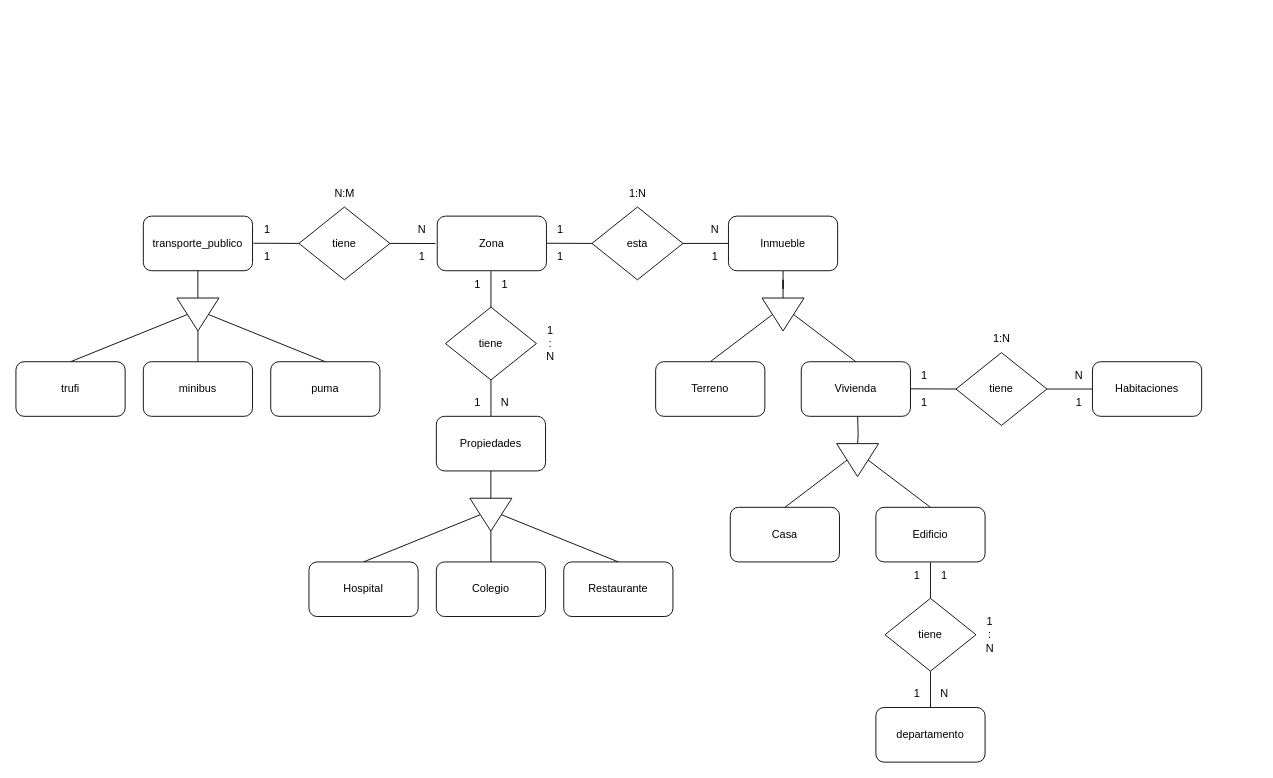
Abigail08082001/diagramasBasedeDatos keeps this draw.io diagram as lic/Proyecto_INF161.drawio. Above is the earlier version. Source tidied: cells renumbered, new cells numbered last; positions are measured from the earlier drawing's top-left corner, leaving out a move shared by most shapes. Both pictures are drawn from the tidied source at 91%, with x=0, y=0 at pixel (15, 179).
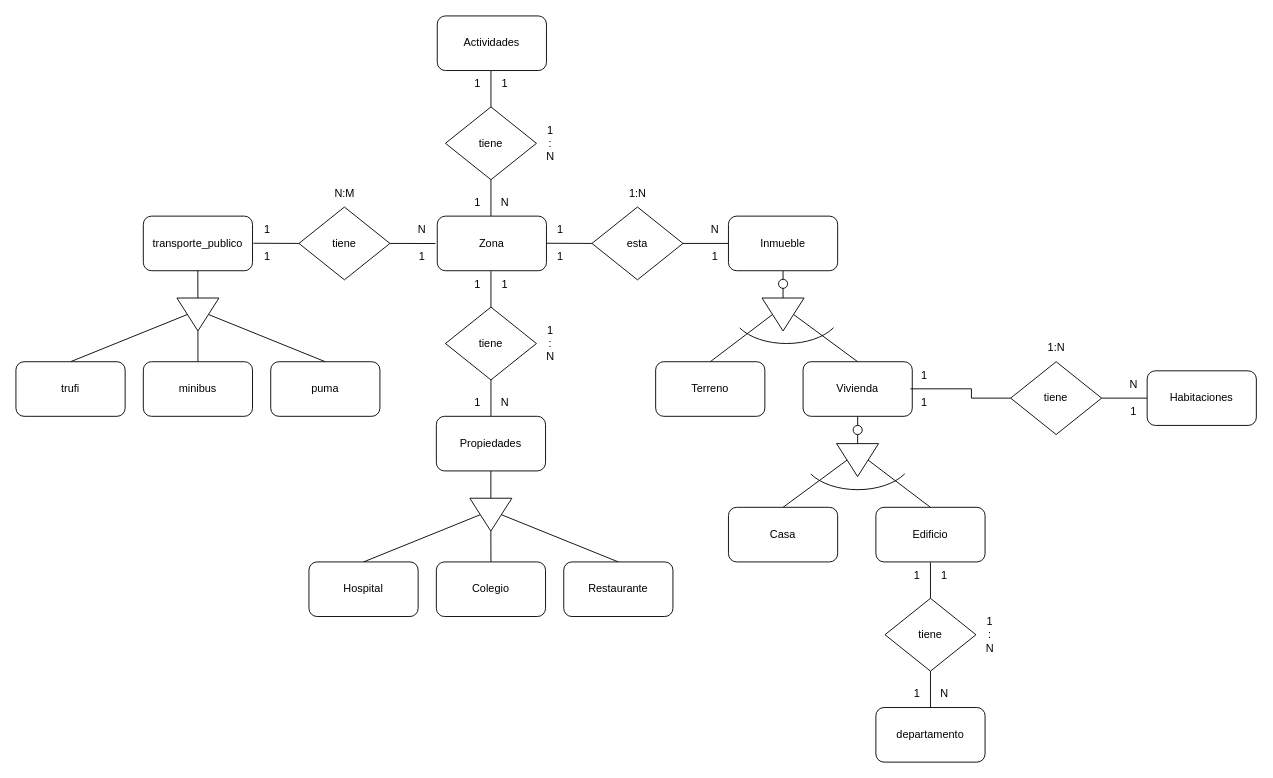
Above is the later version.

The change refers to these unchanged cells:
```xml
<mxCell id="12" style="triangle;whiteSpace=wrap;html=1;rotation=90;" parent="1" vertex="1">
  <mxGeometry x="906.8" y="285" width="36.2" height="46.2" as="geometry" />
</mxCell>
```

Diff of the diagram source:
```diff
@@
     <mxCell id="8" value="Vivienda" style="rounded=1;whiteSpace=wrap;html=1;" parent="1" vertex="1">
-      <mxGeometry x="863" y="200" width="120" height="60" as="geometry" />
+      <mxGeometry x="865" y="200" width="120" height="60" as="geometry" />
     </mxCell>
-    <mxCell id="9" style="edgeStyle=orthogonalEdgeStyle;rounded=0;jettySize=auto;html=1;exitX=0.5;exitY=1;exitDx=0;exitDy=0;endArrow=none;endFill=0;" parent="1" edge="1" target="12">
+    <mxCell id="9" style="rounded=0;jettySize=auto;html=1;exitX=0.5;exitY=1;exitDx=0;exitDy=0;endArrow=none;endFill=0;" parent="1" edge="1" target="12">
       <mxGeometry relative="1" as="geometry">
         <mxPoint x="925" y="260" as="sourcePoint" />
       </mxGeometry>
     </mxCell>
@@
     <mxCell id="13" value="Casa" style="rounded=1;whiteSpace=wrap;html=1;" parent="1" vertex="1">
-      <mxGeometry x="785" y="360" width="120" height="60" as="geometry" />
+      <mxGeometry x="783" y="360" width="120" height="60" as="geometry" />
     </mxCell>
@@
     <mxCell id="24" value="tiene" style="rhombus;whiteSpace=wrap;html=1;" parent="1" vertex="1">
-      <mxGeometry x="1033" y="190" width="100" height="80" as="geometry" />
+      <mxGeometry x="1093.1" y="200" width="100" height="80" as="geometry" />
     </mxCell>
-    <mxCell id="25" style="edgeStyle=none;rounded=0;jettySize=auto;html=1;exitX=1;exitY=0.5;exitDx=0;exitDy=0;entryX=0;entryY=0.5;entryDx=0;entryDy=0;endArrow=none;endFill=0;" parent="1" edge="1" target="24">
+    <mxCell id="25" style="edgeStyle=orthogonalEdgeStyle;rounded=0;jettySize=auto;html=1;exitX=1;exitY=0.5;exitDx=0;exitDy=0;entryX=0;entryY=0.5;entryDx=0;entryDy=0;endArrow=none;endFill=0;" parent="1" edge="1" target="24">
       <mxGeometry relative="1" as="geometry">
         <mxPoint x="983" y="229.8" as="sourcePoint" />
+        <Array as="points">
+          <mxPoint x="1050" y="230" />
+          <mxPoint x="1050" y="240" />
+        </Array>
       </mxGeometry>
     </mxCell>
@@
     <mxCell id="27" value="Habitaciones" style="rounded=1;whiteSpace=wrap;html=1;" parent="1" vertex="1">
-      <mxGeometry x="1183" y="200" width="120" height="60" as="geometry" />
+      <mxGeometry x="1243.1" y="210" width="120" height="60" as="geometry" />
     </mxCell>
     <mxCell id="28" value="1:N" style="text;html=1;align=center;verticalAlign=middle;strokeColor=none;fillColor=none;" parent="1" vertex="1">
-      <mxGeometry x="1063" y="160" width="40" height="30" as="geometry" />
+      <mxGeometry x="1123.1" y="170" width="40" height="30" as="geometry" />
     </mxCell>
@@
     <mxCell id="31" value="N" style="text;html=1;align=center;verticalAlign=middle;strokeColor=none;fillColor=none;" parent="1" vertex="1">
-      <mxGeometry x="1153" y="200" width="30" height="30" as="geometry" />
+      <mxGeometry x="1213.1" y="210" width="30" height="30" as="geometry" />
     </mxCell>
     <mxCell id="32" value="1" style="text;html=1;align=center;verticalAlign=middle;strokeColor=none;fillColor=none;" parent="1" vertex="1">
-      <mxGeometry x="1153" y="230" width="30" height="30" as="geometry" />
+      <mxGeometry x="1213.1" y="240" width="30" height="30" as="geometry" />
     </mxCell>
@@
+    <mxCell id="76" style="verticalLabelPosition=bottom;verticalAlign=top;html=1;shape=mxgraph.basic.arc;startAngle=0.3346265136651664;endAngle=0.6642442128803324;" parent="1" vertex="1">
+      <mxGeometry x="786.8" y="109.4" width="120" height="70.6" as="geometry" />
+    </mxCell>
+    <mxCell id="77" style="verticalLabelPosition=bottom;verticalAlign=top;html=1;shape=mxgraph.basic.arc;startAngle=0.3346265136651664;endAngle=0.6642442128803324;" parent="1" vertex="1">
+      <mxGeometry x="865" y="270" width="120" height="70.6" as="geometry" />
+    </mxCell>
+    <mxCell id="78" style="ellipse;whiteSpace=wrap;html=1;" parent="1" vertex="1">
+      <mxGeometry x="838" y="109.4" width="10" height="10" as="geometry" />
+    </mxCell>
+    <mxCell id="79" style="ellipse;whiteSpace=wrap;html=1;" parent="1" vertex="1">
+      <mxGeometry x="920" y="270" width="10" height="10" as="geometry" />
+    </mxCell>
+    <mxCell id="80" style="edgeStyle=orthogonalEdgeStyle;rounded=0;jettySize=auto;html=1;entryX=0.5;entryY=0;entryDx=0;entryDy=0;endArrow=none;endFill=0;" parent="1" edge="1" source="81">
+      <mxGeometry relative="1" as="geometry">
+        <mxPoint x="522" y="40" as="targetPoint" />
+      </mxGeometry>
+    </mxCell>
+    <mxCell id="81" value="tiene" style="rhombus;whiteSpace=wrap;html=1;" parent="1" vertex="1">
+      <mxGeometry x="472" y="-80" width="100" height="80" as="geometry" />
+    </mxCell>
+    <mxCell id="82" style="edgeStyle=orthogonalEdgeStyle;rounded=0;jettySize=auto;html=1;entryX=0.5;entryY=0;entryDx=0;entryDy=0;endArrow=none;endFill=0;" parent="1" edge="1" target="81">
+      <mxGeometry relative="1" as="geometry">
+        <mxPoint x="522" y="-119.5" as="sourcePoint" />
+      </mxGeometry>
+    </mxCell>
+    <mxCell id="83" value="&lt;div&gt;1&lt;/div&gt;&lt;div&gt;:&lt;/div&gt;&lt;div&gt;N&lt;/div&gt;" style="text;html=1;align=center;verticalAlign=middle;strokeColor=none;fillColor=none;" parent="1" vertex="1">
+      <mxGeometry x="572" y="-70" width="30" height="60" as="geometry" />
+    </mxCell>
+    <mxCell id="84" value="1" style="text;html=1;align=center;verticalAlign=middle;strokeColor=none;fillColor=none;" parent="1" vertex="1">
+      <mxGeometry x="522" y="-120" width="30" height="30" as="geometry" />
+    </mxCell>
+    <mxCell id="85" value="1" style="text;html=1;align=center;verticalAlign=middle;strokeColor=none;fillColor=none;" parent="1" vertex="1">
+      <mxGeometry x="492" y="-120" width="30" height="30" as="geometry" />
+    </mxCell>
+    <mxCell id="86" value="N" style="text;html=1;align=center;verticalAlign=middle;strokeColor=none;fillColor=none;" parent="1" vertex="1">
+      <mxGeometry x="522" y="10" width="30" height="30" as="geometry" />
+    </mxCell>
+    <mxCell id="87" value="1" style="text;html=1;align=center;verticalAlign=middle;strokeColor=none;fillColor=none;" parent="1" vertex="1">
+      <mxGeometry x="492" y="10" width="30" height="30" as="geometry" />
+    </mxCell>
+    <mxCell id="88" value="Actividades" style="rounded=1;whiteSpace=wrap;html=1;" parent="1" vertex="1">
+      <mxGeometry x="463" y="-180" width="120" height="60" as="geometry" />
+    </mxCell>
```
